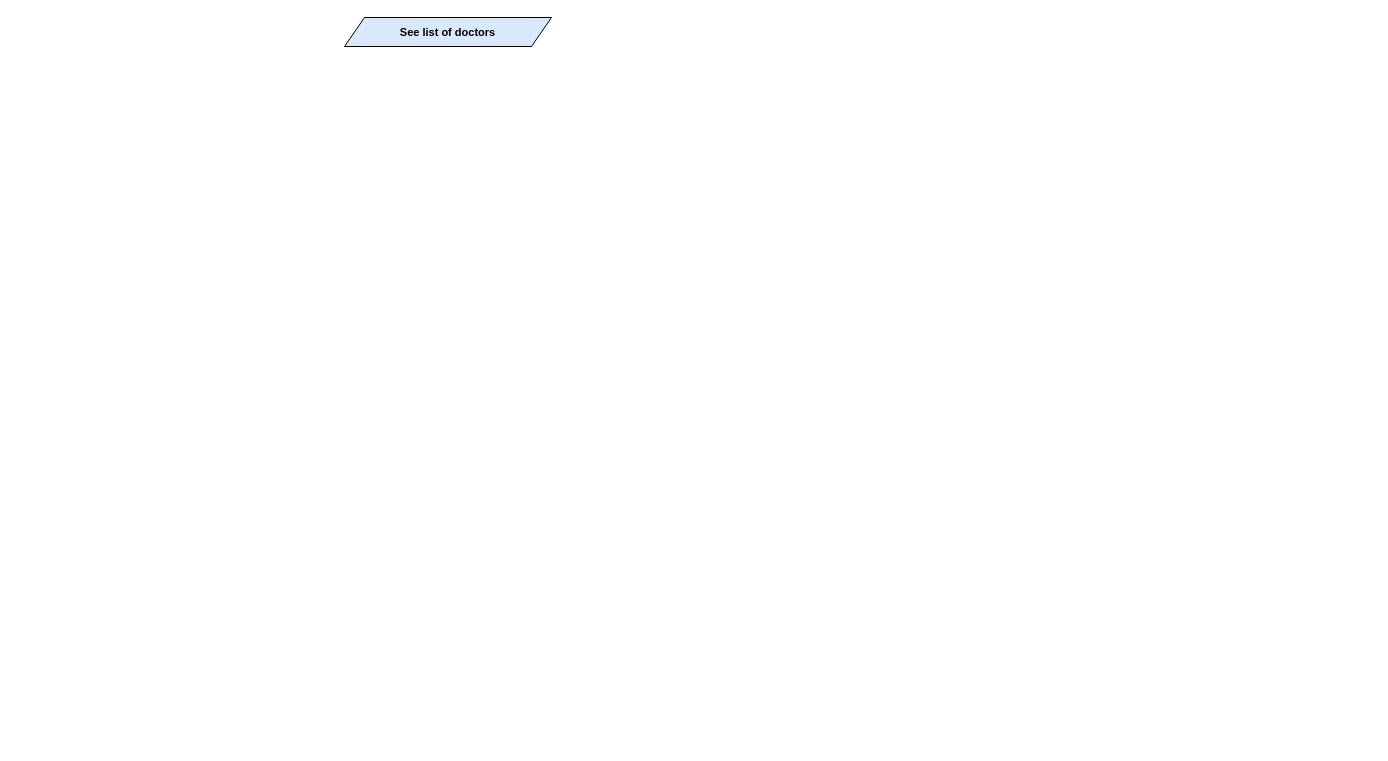
Above: Kaos/KAOS 7.drawio in RafaelCMira/myclinic-msp-project (draw.io), before the change. Source tidied: cells renumbered, new cells numbered last; positions are measured from the earlier drawing's top-left corner, leaving out a move shared by most shapes. Both pictures are drawn from the tidied source at 100%, with x=0, y=0 at pixel (344, 17).
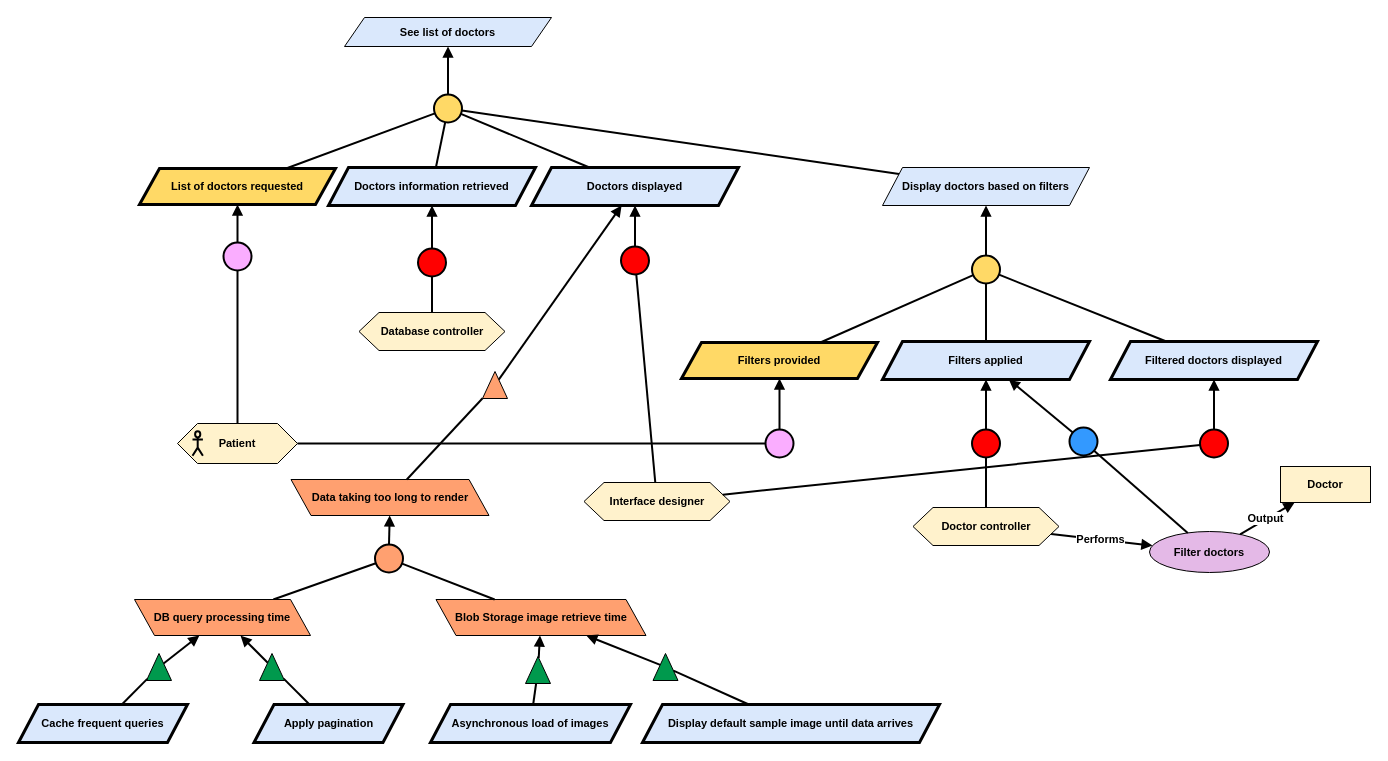
The same diagram, later.

The change refers to these unchanged cells:
```xml
<mxCell id="2" value="&lt;b&gt;See list of doctors&lt;/b&gt;" style="shape=parallelogram;perimeter=parallelogramPerimeter;whiteSpace=wrap;html=1;fixedSize=1;fillColor=#dae8fc;strokeColor=#000000;fontFamily=Helvetica;fontSize=11;fontColor=default;labelBackgroundColor=none;" parent="1" vertex="1">
  <mxGeometry width="207" height="29" as="geometry" />
</mxCell>
```

What changed in the source:
```diff
@@
+    <mxCell id="3" style="ellipse;whiteSpace=wrap;html=1;fillColor=#FFD966;strokeWidth=2;" parent="1" vertex="1">
+      <mxGeometry x="89.5" y="77" width="28" height="28" as="geometry" />
+    </mxCell>
+    <mxCell id="4" style="endArrow=block;html=1;rounded=0;endFill=1;strokeWidth=2;" parent="1" edge="1" source="3" target="2">
+      <mxGeometry relative="1" as="geometry" />
+    </mxCell>
+    <mxCell id="5" style="endArrow=none;html=1;rounded=0;strokeWidth=2;" parent="1" edge="1" source="6" target="3">
+      <mxGeometry relative="1" as="geometry" />
+    </mxCell>
+    <mxCell id="6" value="&lt;b&gt;List of doctors requested&lt;/b&gt;" style="shape=parallelogram;perimeter=parallelogramPerimeter;whiteSpace=wrap;html=1;fixedSize=1;fillColor=#FFD966;strokeColor=#000000;strokeWidth=3;fontFamily=Helvetica;fontSize=11;fontColor=default;labelBackgroundColor=none;" parent="1" vertex="1">
+      <mxGeometry x="-205" y="151" width="196" height="36" as="geometry" />
+    </mxCell>
+    <mxCell id="7" value="&lt;b&gt;Doctors displayed&lt;/b&gt;" style="shape=parallelogram;perimeter=parallelogramPerimeter;whiteSpace=wrap;html=1;fixedSize=1;fillColor=#dae8fc;strokeColor=#000000;fontFamily=Helvetica;fontSize=11;fontColor=default;labelBackgroundColor=none;strokeWidth=3;" parent="1" vertex="1">
+      <mxGeometry x="187" y="150" width="207" height="38" as="geometry" />
+    </mxCell>
+    <mxCell id="8" style="endArrow=none;html=1;rounded=0;strokeWidth=2;" parent="1" edge="1" source="7" target="3">
+      <mxGeometry relative="1" as="geometry" />
+    </mxCell>
+    <mxCell id="9" style="endArrow=none;html=1;rounded=0;strokeWidth=2;" parent="1" edge="1" source="30" target="3">
+      <mxGeometry relative="1" as="geometry" />
+    </mxCell>
+    <mxCell id="10" style="ellipse;whiteSpace=wrap;html=1;fillColor=#FAADFF;strokeWidth=2;fontFamily=Helvetica;fontSize=11;fontColor=default;labelBackgroundColor=default;" parent="1" vertex="1">
+      <mxGeometry x="-121" y="225" width="28" height="28" as="geometry" />
+    </mxCell>
+    <mxCell id="11" style="endArrow=block;html=1;rounded=0;endFill=1;strokeWidth=2;strokeColor=default;align=center;verticalAlign=middle;fontFamily=Helvetica;fontSize=11;fontColor=default;labelBackgroundColor=default;" parent="1" edge="1" source="10" target="6">
+      <mxGeometry relative="1" as="geometry" />
+    </mxCell>
+    <mxCell id="12" style="endArrow=none;html=1;rounded=0;strokeWidth=2;strokeColor=default;align=center;verticalAlign=middle;fontFamily=Helvetica;fontSize=11;fontColor=default;labelBackgroundColor=default;" parent="1" edge="1" source="14" target="10">
+      <mxGeometry relative="1" as="geometry" />
+    </mxCell>
+    <mxCell id="13" style="group;" parent="1" vertex="1">
+      <mxGeometry x="-167" y="406" width="120" height="40" as="geometry" />
+    </mxCell>
+    <mxCell id="14" value="&lt;div&gt;&lt;b&gt;Patient&lt;/b&gt;&lt;/div&gt;" style="shape=hexagon;perimeter=hexagonPerimeter2;whiteSpace=wrap;html=1;fixedSize=1;fillColor=#FFF2CC;fontFamily=Helvetica;fontSize=11;fontColor=default;labelBackgroundColor=none;" parent="13" vertex="1">
+      <mxGeometry width="120" height="40" as="geometry" />
+    </mxCell>
+    <mxCell id="15" style="shape=umlActor;verticalLabelPosition=bottom;verticalAlign=top;html=1;fillColor=none;strokeWidth=2;fontFamily=Helvetica;fontSize=11;fontColor=default;labelBackgroundColor=default;" parent="13" vertex="1">
+      <mxGeometry x="15" y="7.8" width="10.4" height="24.5" as="geometry" />
+    </mxCell>
+    <mxCell id="16" style="ellipse;whiteSpace=wrap;html=1;fillColor=#FF0000;strokeWidth=2;" parent="1" vertex="1">
+      <mxGeometry x="73.5" y="231" width="28" height="28" as="geometry" />
+    </mxCell>
+    <mxCell id="17" style="endArrow=block;html=1;rounded=0;endFill=1;strokeWidth=2;" parent="1" edge="1" source="16" target="20">
+      <mxGeometry relative="1" as="geometry" />
+    </mxCell>
+    <mxCell id="18" style="endArrow=none;html=1;rounded=0;strokeWidth=2;" parent="1" edge="1" source="19" target="16">
+      <mxGeometry relative="1" as="geometry" />
+    </mxCell>
+    <mxCell id="19" value="&lt;div&gt;&lt;b&gt;Database controller&lt;/b&gt;&lt;/div&gt;" style="shape=hexagon;perimeter=hexagonPerimeter2;whiteSpace=wrap;html=1;fixedSize=1;fillColor=#FFF2CC;fontFamily=Helvetica;fontSize=11;fontColor=default;labelBackgroundColor=none;" parent="1" vertex="1">
+      <mxGeometry x="14.5" y="295" width="146" height="38" as="geometry" />
+    </mxCell>
+    <mxCell id="20" value="&lt;b&gt;Doctors information retrieved&lt;/b&gt;" style="shape=parallelogram;perimeter=parallelogramPerimeter;whiteSpace=wrap;html=1;fixedSize=1;fillColor=#dae8fc;strokeColor=#000000;fontFamily=Helvetica;fontSize=11;fontColor=default;labelBackgroundColor=none;strokeWidth=3;" parent="1" vertex="1">
+      <mxGeometry x="-16" y="150" width="207" height="38" as="geometry" />
+    </mxCell>
+    <mxCell id="21" style="endArrow=none;html=1;rounded=0;strokeWidth=2;" parent="1" edge="1" source="20" target="3">
+      <mxGeometry relative="1" as="geometry" />
+    </mxCell>
+    <mxCell id="22" style="ellipse;whiteSpace=wrap;html=1;fillColor=#FF0000;strokeWidth=2;" parent="1" vertex="1">
+      <mxGeometry x="276.5" y="229" width="28" height="28" as="geometry" />
+    </mxCell>
+    <mxCell id="23" style="endArrow=block;html=1;rounded=0;endFill=1;strokeWidth=2;" parent="1" edge="1" source="22" target="7">
+      <mxGeometry relative="1" as="geometry" />
+    </mxCell>
+    <mxCell id="24" style="endArrow=none;html=1;rounded=0;strokeWidth=2;" parent="1" edge="1" source="25" target="22">
+      <mxGeometry relative="1" as="geometry" />
+    </mxCell>
+    <mxCell id="25" value="&lt;div&gt;&lt;b&gt;Interface designer&lt;/b&gt;&lt;/div&gt;" style="shape=hexagon;perimeter=hexagonPerimeter2;whiteSpace=wrap;html=1;fixedSize=1;fillColor=#FFF2CC;fontFamily=Helvetica;fontSize=11;fontColor=default;labelBackgroundColor=none;" parent="1" vertex="1">
+      <mxGeometry x="239.5" y="465" width="146" height="38" as="geometry" />
+    </mxCell>
+    <mxCell id="26" value="&lt;b&gt;Filters provided&lt;/b&gt;" style="shape=parallelogram;perimeter=parallelogramPerimeter;whiteSpace=wrap;html=1;fixedSize=1;fillColor=#FFD966;strokeColor=#000000;strokeWidth=3;fontFamily=Helvetica;fontSize=11;fontColor=default;labelBackgroundColor=none;" parent="1" vertex="1">
+      <mxGeometry x="337" y="325" width="196" height="36" as="geometry" />
+    </mxCell>
+    <mxCell id="27" style="ellipse;whiteSpace=wrap;html=1;fillColor=#FAADFF;strokeWidth=2;fontFamily=Helvetica;fontSize=11;fontColor=default;labelBackgroundColor=default;" parent="1" vertex="1">
+      <mxGeometry x="421" y="412" width="28" height="28" as="geometry" />
+    </mxCell>
+    <mxCell id="28" style="endArrow=block;html=1;rounded=0;endFill=1;strokeWidth=2;strokeColor=default;align=center;verticalAlign=middle;fontFamily=Helvetica;fontSize=11;fontColor=default;labelBackgroundColor=default;" parent="1" edge="1" source="27" target="26">
+      <mxGeometry relative="1" as="geometry" />
+    </mxCell>
+    <mxCell id="29" style="endArrow=none;html=1;rounded=0;strokeWidth=2;strokeColor=default;align=center;verticalAlign=middle;fontFamily=Helvetica;fontSize=11;fontColor=default;labelBackgroundColor=default;" parent="1" edge="1" source="14" target="27">
+      <mxGeometry relative="1" as="geometry" />
+    </mxCell>
+    <mxCell id="30" value="&lt;b&gt;Display doctors based on filters&lt;/b&gt;" style="shape=parallelogram;perimeter=parallelogramPerimeter;whiteSpace=wrap;html=1;fixedSize=1;fillColor=#dae8fc;strokeColor=#000000;fontFamily=Helvetica;fontSize=11;fontColor=default;labelBackgroundColor=none;strokeWidth=1;" parent="1" vertex="1">
+      <mxGeometry x="538" y="150" width="207" height="38" as="geometry" />
+    </mxCell>
+    <mxCell id="31" style="ellipse;whiteSpace=wrap;html=1;fillColor=#FFD966;strokeWidth=2;" parent="1" vertex="1">
+      <mxGeometry x="627.5" y="238" width="28" height="28" as="geometry" />
+    </mxCell>
+    <mxCell id="32" style="endArrow=block;html=1;rounded=0;endFill=1;strokeWidth=2;" parent="1" edge="1" source="31" target="30">
+      <mxGeometry relative="1" as="geometry" />
+    </mxCell>
+    <mxCell id="33" style="endArrow=none;html=1;rounded=0;strokeWidth=2;" parent="1" edge="1" source="26" target="31">
+      <mxGeometry relative="1" as="geometry" />
+    </mxCell>
+    <mxCell id="34" value="&lt;b&gt;Filters applied&lt;/b&gt;" style="shape=parallelogram;perimeter=parallelogramPerimeter;whiteSpace=wrap;html=1;fixedSize=1;fillColor=#dae8fc;strokeColor=#000000;fontFamily=Helvetica;fontSize=11;fontColor=default;labelBackgroundColor=none;strokeWidth=3;" parent="1" vertex="1">
+      <mxGeometry x="538" y="324" width="207" height="38" as="geometry" />
+    </mxCell>
+    <mxCell id="35" style="endArrow=none;html=1;rounded=0;strokeWidth=2;" parent="1" edge="1" source="34" target="31">
+      <mxGeometry relative="1" as="geometry" />
+    </mxCell>
+    <mxCell id="36" style="ellipse;whiteSpace=wrap;html=1;fillColor=#FF0000;strokeWidth=2;" parent="1" vertex="1">
+      <mxGeometry x="627.5" y="412" width="28" height="28" as="geometry" />
+    </mxCell>
+    <mxCell id="37" style="endArrow=block;html=1;rounded=0;endFill=1;strokeWidth=2;" parent="1" edge="1" source="36" target="34">
+      <mxGeometry relative="1" as="geometry" />
+    </mxCell>
+    <mxCell id="38" style="endArrow=none;html=1;rounded=0;strokeWidth=2;" parent="1" edge="1" source="39" target="36">
+      <mxGeometry relative="1" as="geometry" />
+    </mxCell>
+    <mxCell id="39" value="&lt;div&gt;&lt;b&gt;Doctor controller&lt;/b&gt;&lt;/div&gt;" style="shape=hexagon;perimeter=hexagonPerimeter2;whiteSpace=wrap;html=1;fixedSize=1;fillColor=#FFF2CC;fontFamily=Helvetica;fontSize=11;fontColor=default;labelBackgroundColor=none;" parent="1" vertex="1">
+      <mxGeometry x="568.5" y="490" width="146" height="38" as="geometry" />
+    </mxCell>
+    <mxCell id="40" style="ellipse;whiteSpace=wrap;html=1;fillColor=#FF0000;strokeWidth=2;" parent="1" vertex="1">
+      <mxGeometry x="855.5" y="412" width="28" height="28" as="geometry" />
+    </mxCell>
+    <mxCell id="41" style="endArrow=block;html=1;rounded=0;endFill=1;strokeWidth=2;" parent="1" edge="1" source="40" target="43">
+      <mxGeometry relative="1" as="geometry" />
+    </mxCell>
+    <mxCell id="42" style="endArrow=none;html=1;rounded=0;strokeWidth=2;" parent="1" edge="1" source="25" target="40">
+      <mxGeometry relative="1" as="geometry" />
+    </mxCell>
+    <mxCell id="43" value="&lt;b&gt;Filtered doctors displayed&lt;/b&gt;" style="shape=parallelogram;perimeter=parallelogramPerimeter;whiteSpace=wrap;html=1;fixedSize=1;fillColor=#dae8fc;strokeColor=#000000;fontFamily=Helvetica;fontSize=11;fontColor=default;labelBackgroundColor=none;strokeWidth=3;" parent="1" vertex="1">
+      <mxGeometry x="766" y="324" width="207" height="38" as="geometry" />
+    </mxCell>
+    <mxCell id="44" style="endArrow=none;html=1;rounded=0;strokeWidth=2;" parent="1" edge="1" source="43" target="31">
+      <mxGeometry relative="1" as="geometry" />
+    </mxCell>
+    <mxCell id="45" value="Data taking too long to render" style="shape=parallelogram;perimeter=parallelogramPerimeter;whiteSpace=wrap;html=1;fixedSize=1;fillColor=#FFA070;fontStyle=1;fontFamily=Helvetica;fontSize=11;fontColor=default;labelBackgroundColor=none;flipH=1;flipV=0;" parent="1" vertex="1">
+      <mxGeometry x="-53.5" y="462" width="198" height="36" as="geometry" />
+    </mxCell>
+    <mxCell id="46" style="endArrow=block;html=1;rounded=0;endFill=1;strokeWidth=2;" parent="1" edge="1" source="48" target="7">
+      <mxGeometry relative="1" as="geometry" />
+    </mxCell>
+    <mxCell id="47" style="endArrow=none;html=1;rounded=0;strokeWidth=2;" parent="1" edge="1" source="45" target="48">
+      <mxGeometry relative="1" as="geometry" />
+    </mxCell>
+    <mxCell id="48" style="triangle;whiteSpace=wrap;html=1;rotation=-90;fillColor=#FFA070;" parent="1" vertex="1">
+      <mxGeometry x="137" y="355" width="27" height="25" as="geometry" />
+    </mxCell>
+    <mxCell id="49" style="ellipse;whiteSpace=wrap;html=1;fillColor=#FFA070;strokeWidth=2;" parent="1" vertex="1">
+      <mxGeometry x="30.5" y="527" width="28" height="28" as="geometry" />
+    </mxCell>
+    <mxCell id="50" style="endArrow=none;html=1;rounded=0;strokeWidth=2;" parent="1" edge="1" source="51" target="49">
+      <mxGeometry relative="1" as="geometry" />
+    </mxCell>
+    <mxCell id="51" value="DB query processing time" style="shape=parallelogram;perimeter=parallelogramPerimeter;whiteSpace=wrap;html=1;fixedSize=1;fillColor=#FFA070;fontStyle=1;fontFamily=Helvetica;fontSize=11;fontColor=default;labelBackgroundColor=none;flipH=1;flipV=0;" parent="1" vertex="1">
+      <mxGeometry x="-210" y="582" width="176" height="36" as="geometry" />
+    </mxCell>
+    <mxCell id="52" value="Blob Storage image retrieve time" style="shape=parallelogram;perimeter=parallelogramPerimeter;whiteSpace=wrap;html=1;fixedSize=1;fillColor=#FFA070;fontStyle=1;fontFamily=Helvetica;fontSize=11;fontColor=default;labelBackgroundColor=none;flipH=1;flipV=0;" parent="1" vertex="1">
+      <mxGeometry x="91.5" y="582" width="210" height="36" as="geometry" />
+    </mxCell>
+    <mxCell id="53" style="endArrow=none;html=1;rounded=0;strokeWidth=2;" parent="1" edge="1" source="52" target="49">
+      <mxGeometry relative="1" as="geometry" />
+    </mxCell>
+    <mxCell id="54" style="endArrow=block;html=1;rounded=0;endFill=1;strokeWidth=2;" parent="1" edge="1" source="49" target="45">
+      <mxGeometry relative="1" as="geometry" />
+    </mxCell>
+    <mxCell id="55" value="&lt;b&gt;Filter doctors&lt;/b&gt;" style="ellipse;whiteSpace=wrap;html=1;fillColor=#E4B9E7;strokeColor=#000000;fontFamily=Helvetica;fontSize=11;fontColor=default;labelBackgroundColor=none;" parent="1" vertex="1">
+      <mxGeometry x="805" y="514" width="120" height="41" as="geometry" />
+    </mxCell>
+    <mxCell id="56" style="endArrow=block;html=1;rounded=0;endFill=1;strokeWidth=2;" parent="1" edge="1" source="39" target="55">
+      <mxGeometry relative="1" as="geometry" />
+    </mxCell>
+    <mxCell id="57" value="&lt;b&gt;Performs&lt;/b&gt;" style="edgeLabel;html=1;align=center;verticalAlign=middle;" parent="56" vertex="1">
+      <mxGeometry x="-0.04" y="1" relative="1" as="geometry" />
+    </mxCell>
+    <mxCell id="58" value="&lt;b&gt;Doctor&lt;/b&gt;" style="rounded=0;whiteSpace=wrap;html=1;fillColor=#FFF2CC;fontFamily=Helvetica;fontSize=11;fontColor=default;labelBackgroundColor=none;" parent="1" vertex="1">
+      <mxGeometry x="936" y="449" width="90" height="36" as="geometry" />
+    </mxCell>
+    <mxCell id="59" style="endArrow=block;html=1;rounded=0;endFill=1;strokeWidth=2;" parent="1" edge="1" source="55" target="58">
+      <mxGeometry relative="1" as="geometry" />
+    </mxCell>
+    <mxCell id="60" value="&lt;b&gt;Output&lt;/b&gt;" style="edgeLabel;html=1;align=center;verticalAlign=middle;" parent="59" vertex="1">
+      <mxGeometry x="-0.04" y="1" relative="1" as="geometry" />
+    </mxCell>
+    <mxCell id="61" style="ellipse;whiteSpace=wrap;html=1;fillColor=#3399FF;strokeWidth=2;" parent="1" vertex="1">
+      <mxGeometry x="725" y="410" width="28" height="28" as="geometry" />
+    </mxCell>
+    <mxCell id="62" style="endArrow=block;html=1;rounded=0;endFill=1;strokeWidth=2;" parent="1" edge="1" source="61" target="34">
+      <mxGeometry relative="1" as="geometry" />
+    </mxCell>
+    <mxCell id="63" style="endArrow=none;html=1;rounded=0;strokeWidth=2;" parent="1" edge="1" source="55" target="61">
+      <mxGeometry relative="1" as="geometry" />
+    </mxCell>
+    <mxCell id="64" style="endArrow=block;html=1;rounded=0;endFill=1;strokeWidth=2;" parent="1" edge="1" source="66" target="51">
+      <mxGeometry relative="1" as="geometry" />
+    </mxCell>
+    <mxCell id="65" style="endArrow=none;html=1;rounded=0;strokeWidth=2;" parent="1" edge="1" source="67" target="66">
+      <mxGeometry relative="1" as="geometry" />
+    </mxCell>
+    <mxCell id="66" style="triangle;whiteSpace=wrap;html=1;rotation=-90;fillColor=#00994D;" parent="1" vertex="1">
+      <mxGeometry x="-86" y="637" width="27" height="25" as="geometry" />
+    </mxCell>
+    <mxCell id="67" value="&lt;b&gt;Apply pagination&lt;/b&gt;" style="shape=parallelogram;perimeter=parallelogramPerimeter;whiteSpace=wrap;html=1;fixedSize=1;fillColor=#dae8fc;strokeColor=#000000;fontFamily=Helvetica;fontSize=11;fontColor=default;labelBackgroundColor=none;strokeWidth=3;" parent="1" vertex="1">
+      <mxGeometry x="-90.5" y="687" width="149" height="38" as="geometry" />
+    </mxCell>
+    <mxCell id="68" value="&lt;b&gt;Cache frequent queries&lt;/b&gt;" style="shape=parallelogram;perimeter=parallelogramPerimeter;whiteSpace=wrap;html=1;fixedSize=1;fillColor=#dae8fc;strokeColor=#000000;fontFamily=Helvetica;fontSize=11;fontColor=default;labelBackgroundColor=none;strokeWidth=3;" parent="1" vertex="1">
+      <mxGeometry x="-326" y="687" width="169" height="38" as="geometry" />
+    </mxCell>
+    <mxCell id="69" style="endArrow=block;html=1;rounded=0;endFill=1;strokeWidth=2;" parent="1" edge="1" source="70" target="51">
+      <mxGeometry relative="1" as="geometry" />
+    </mxCell>
+    <mxCell id="70" style="triangle;whiteSpace=wrap;html=1;rotation=-90;fillColor=#00994D;" parent="1" vertex="1">
+      <mxGeometry x="-199" y="637" width="27" height="25" as="geometry" />
+    </mxCell>
+    <mxCell id="71" style="endArrow=none;html=1;rounded=0;strokeWidth=2;" parent="1" edge="1" source="68" target="70">
+      <mxGeometry relative="1" as="geometry" />
+    </mxCell>
+    <mxCell id="72" style="endArrow=block;html=1;rounded=0;endFill=1;strokeWidth=2;" parent="1" edge="1" source="74" target="52">
+      <mxGeometry relative="1" as="geometry" />
+    </mxCell>
+    <mxCell id="73" style="endArrow=none;html=1;rounded=0;strokeWidth=2;" parent="1" edge="1" source="75" target="74">
+      <mxGeometry relative="1" as="geometry" />
+    </mxCell>
+    <mxCell id="74" style="triangle;whiteSpace=wrap;html=1;rotation=-90;fillColor=#00994D;" parent="1" vertex="1">
+      <mxGeometry x="180" y="640" width="27" height="25" as="geometry" />
+    </mxCell>
+    <mxCell id="75" value="&lt;b&gt;Asynchronous load of images&lt;/b&gt;" style="shape=parallelogram;perimeter=parallelogramPerimeter;whiteSpace=wrap;html=1;fixedSize=1;fillColor=#dae8fc;strokeColor=#000000;fontFamily=Helvetica;fontSize=11;fontColor=default;labelBackgroundColor=none;strokeWidth=3;" parent="1" vertex="1">
+      <mxGeometry x="86" y="687" width="200" height="38" as="geometry" />
+    </mxCell>
+    <mxCell id="76" value="&lt;b&gt;Display default sample image until data arrives&lt;/b&gt;" style="shape=parallelogram;perimeter=parallelogramPerimeter;whiteSpace=wrap;html=1;fixedSize=1;fillColor=#dae8fc;strokeColor=#000000;fontFamily=Helvetica;fontSize=11;fontColor=default;labelBackgroundColor=none;strokeWidth=3;" parent="1" vertex="1">
+      <mxGeometry x="298" y="687" width="297" height="38" as="geometry" />
+    </mxCell>
+    <mxCell id="77" style="endArrow=block;html=1;rounded=0;endFill=1;strokeWidth=2;" parent="1" edge="1" source="79" target="52">
+      <mxGeometry relative="1" as="geometry" />
+    </mxCell>
+    <mxCell id="78" style="endArrow=none;html=1;rounded=0;strokeWidth=2;" parent="1" edge="1" source="76" target="79">
+      <mxGeometry relative="1" as="geometry" />
+    </mxCell>
+    <mxCell id="79" style="triangle;whiteSpace=wrap;html=1;rotation=-90;fillColor=#00994D;" parent="1" vertex="1">
+      <mxGeometry x="307.5" y="637" width="27" height="25" as="geometry" />
+    </mxCell>
```
